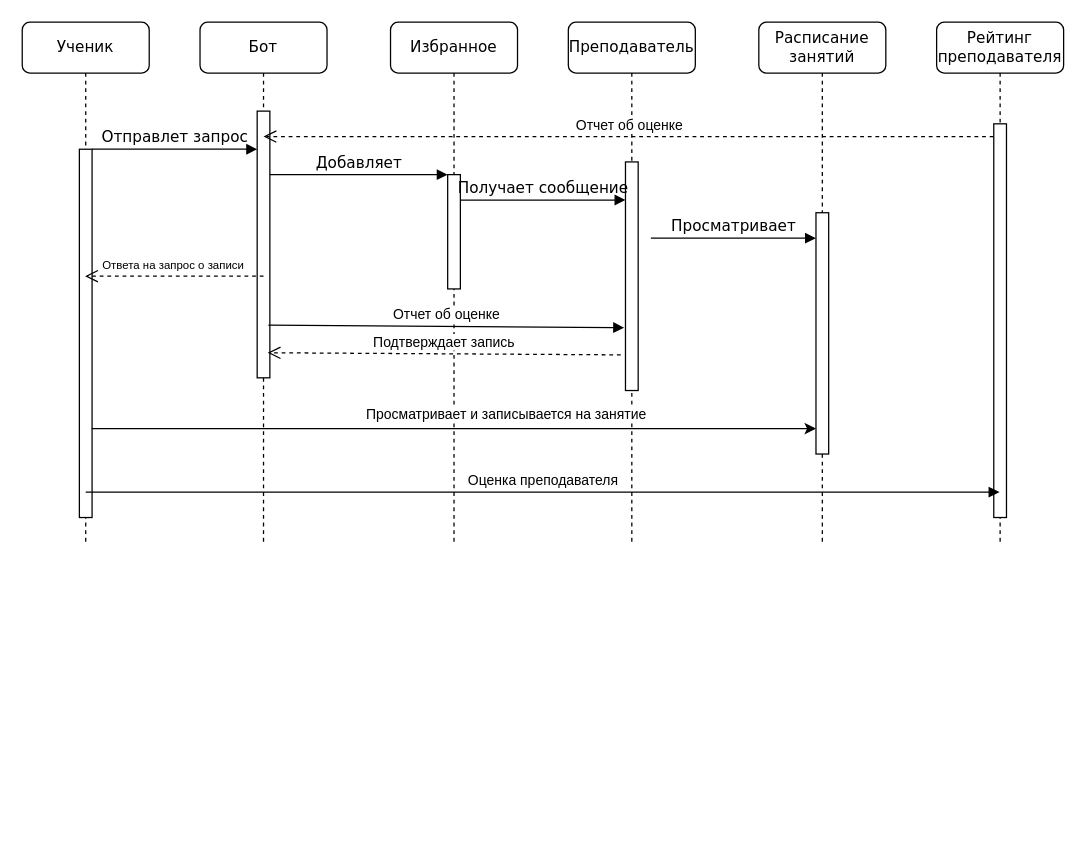
The draw.io diagram interaction_diagrams.drawio in rvoznak/Kursach_BKM, before the edit. Source tidied: cells renumbered, new cells numbered last; positions are measured from the earlier drawing's top-left corner, leaving out a move shared by most shapes. Both pictures are drawn from the tidied source at 127%, with x=0, y=0 at pixel (22, 22).
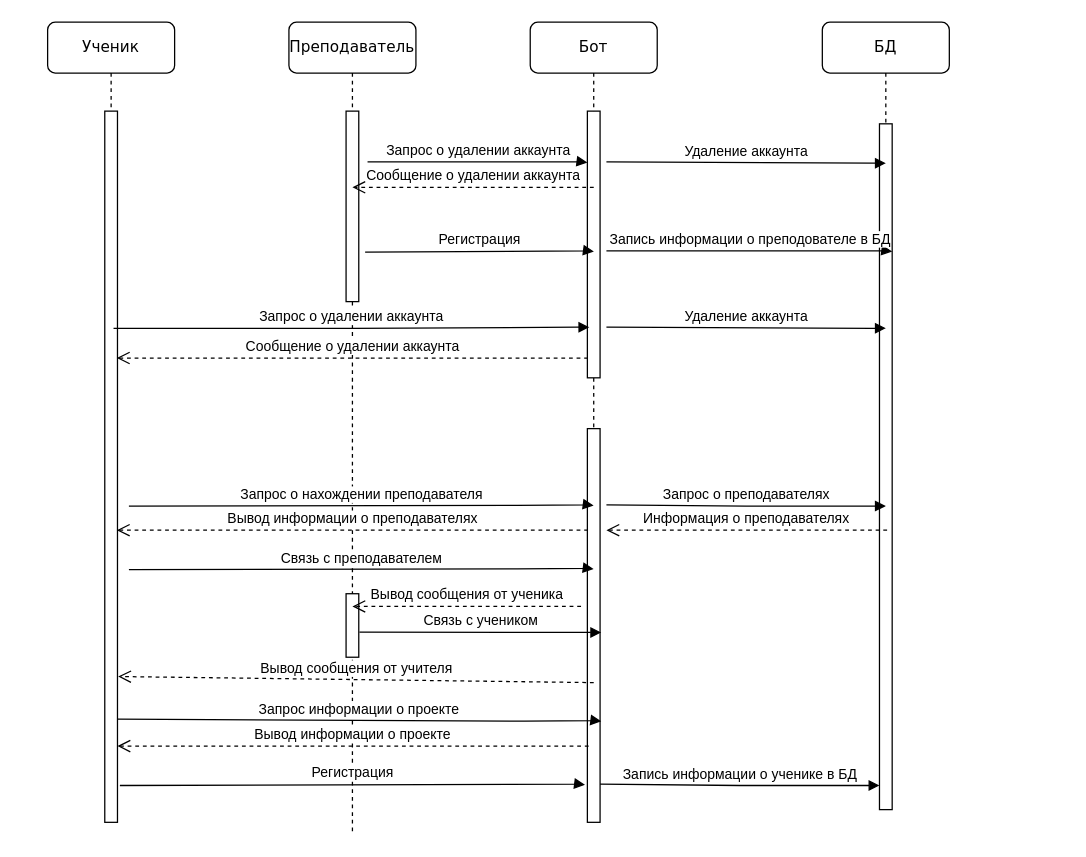
Above is the later version.

Commit message:
Изменение диаграммы последовательности

Unchanged cells that the change refers to:
```xml
<mxCell id="3" style="html=1;points=[];perimeter=orthogonalPerimeter;rounded=0;shadow=0;comic=0;labelBackgroundColor=none;strokeWidth=1;fontFamily=Verdana;fontSize=12;align=center;" parent="2" vertex="1">
  <mxGeometry x="45" y="70" width="10" height="210" as="geometry" />
</mxCell>
```

Diff of the diagram source:
```diff
@@
     <mxCell id="2" value="Бот" style="shape=umlLifeline;perimeter=lifelinePerimeter;whiteSpace=wrap;html=1;rounded=1;shadow=0;comic=0;labelBackgroundColor=none;strokeWidth=1;fontFamily=Verdana;fontSize=12;align=center;" parent="1" vertex="1">
-      <mxGeometry x="140" width="100" height="410" as="geometry" />
+      <mxGeometry x="400" width="100" height="630" as="geometry" />
     </mxCell>
@@
-    <mxCell id="4" value="Избранное" style="shape=umlLifeline;perimeter=lifelinePerimeter;whiteSpace=wrap;html=1;rounded=1;shadow=0;comic=0;labelBackgroundColor=none;strokeWidth=1;fontFamily=Verdana;fontSize=12;align=center;" parent="1" vertex="1">
-      <mxGeometry x="290" width="100" height="410" as="geometry" />
-    </mxCell>
-    <mxCell id="5" style="html=1;points=[];perimeter=orthogonalPerimeter;rounded=0;shadow=0;comic=0;labelBackgroundColor=none;strokeWidth=1;fontFamily=Verdana;fontSize=12;align=center;" parent="4" vertex="1">
-      <mxGeometry x="45" y="120" width="10" height="90" as="geometry" />
-    </mxCell>
+    <mxCell id="26" style="html=1;perimeter=orthogonalPerimeter;rounded=0;shadow=0;comic=0;labelBackgroundColor=none;strokeWidth=1;fontFamily=Verdana;fontSize=12;align=center;" parent="2" vertex="1">
+      <mxGeometry x="45" y="320" width="10" height="310" as="geometry" />
+    </mxCell>
+    <mxCell id="27" value="Запрос о удалении аккаунта" style="html=1;verticalAlign=bottom;endArrow=block;curved=0;rounded=0;entryX=-0.107;entryY=0.725;entryDx=0;entryDy=0;entryPerimeter=0;" parent="2" edge="1">
+      <mxGeometry relative="1" as="geometry">
+        <mxPoint x="-128.1" y="110" as="sourcePoint" />
+        <mxPoint x="45" y="110.5" as="targetPoint" />
+        <Array as="points">
+          <mxPoint x="41.1" y="110" />
+        </Array>
+      </mxGeometry>
+    </mxCell>
     <mxCell id="6" value="Преподаватель" style="shape=umlLifeline;perimeter=lifelinePerimeter;whiteSpace=wrap;html=1;outlineConnect=0;rounded=1;shadow=0;comic=0;labelBackgroundColor=none;strokeWidth=1;fontFamily=Verdana;fontSize=12;align=center;" parent="1" vertex="1">
-      <mxGeometry x="430" width="100" height="410" as="geometry" />
+      <mxGeometry x="210" width="100" height="640" as="geometry" />
     </mxCell>
     <mxCell id="7" style="html=1;points=[];perimeter=orthogonalPerimeter;rounded=0;shadow=0;comic=0;labelBackgroundColor=none;strokeWidth=1;fontFamily=Verdana;fontSize=12;align=center;" parent="6" vertex="1">
-      <mxGeometry x="45" y="110" width="10" height="180" as="geometry" />
+      <mxGeometry x="45" y="70" width="10" height="150" as="geometry" />
     </mxCell>
@@
-    <mxCell id="9" value="Расписание занятий" style="shape=umlLifeline;perimeter=lifelinePerimeter;whiteSpace=wrap;html=1;rounded=1;shadow=0;comic=0;labelBackgroundColor=none;strokeWidth=1;fontFamily=Verdana;fontSize=12;align=center;" parent="1" vertex="1">
-      <mxGeometry x="580" width="100" height="410" as="geometry" />
-    </mxCell>
-    <mxCell id="10" value="Отчет об оценке" style="html=1;verticalAlign=bottom;endArrow=open;dashed=1;endSize=8;curved=0;rounded=0;" parent="9" edge="1">
-      <mxGeometry relative="1" as="geometry">
-        <mxPoint x="184.8" y="90" as="sourcePoint" />
-        <mxPoint x="-390" y="90" as="targetPoint" />
-      </mxGeometry>
-    </mxCell>
-    <mxCell id="11" value="Рейтинг преподавателя" style="shape=umlLifeline;perimeter=lifelinePerimeter;whiteSpace=wrap;html=1;outlineConnect=0;rounded=1;shadow=0;comic=0;labelBackgroundColor=none;strokeWidth=1;fontFamily=Verdana;fontSize=12;align=center;" parent="1" vertex="1">
-      <mxGeometry x="720" width="100" height="410" as="geometry" />
-    </mxCell>
-    <mxCell id="12" style="html=1;perimeter=orthogonalPerimeter;rounded=0;shadow=0;comic=0;labelBackgroundColor=none;strokeWidth=1;fontFamily=Verdana;fontSize=12;align=center;" parent="11" vertex="1">
-      <mxGeometry x="45" y="80" width="10" height="310" as="geometry" />
-    </mxCell>
+    <mxCell id="28" style="html=1;points=[];perimeter=orthogonalPerimeter;rounded=0;shadow=0;comic=0;labelBackgroundColor=none;strokeWidth=1;fontFamily=Verdana;fontSize=12;align=center;" parent="6" vertex="1">
+      <mxGeometry x="45" y="450" width="10" height="50" as="geometry" />
+    </mxCell>
+    <mxCell id="29" value="Вывод сообщения от учителя" style="html=1;verticalAlign=bottom;endArrow=open;dashed=1;endSize=8;curved=0;rounded=0;entryX=1.056;entryY=0.795;entryDx=0;entryDy=0;entryPerimeter=0;" parent="6" edge="1" target="14">
+      <mxGeometry relative="1" as="geometry">
+        <mxPoint x="240" y="520" as="sourcePoint" />
+      </mxGeometry>
+    </mxCell>
     <mxCell id="13" value="Ученик" style="shape=umlLifeline;perimeter=lifelinePerimeter;whiteSpace=wrap;html=1;outlineConnect=0;rounded=1;shadow=0;comic=0;labelBackgroundColor=none;strokeWidth=1;fontFamily=Verdana;fontSize=12;align=center;" parent="1" vertex="1">
-      <mxGeometry width="100" height="410" as="geometry" />
+      <mxGeometry x="20" width="100" height="410" as="geometry" />
     </mxCell>
+    <mxCell id="25" value="Вывод информации о проекте" style="html=1;verticalAlign=bottom;endArrow=open;dashed=1;endSize=8;curved=0;rounded=0;entryX=0.867;entryY=0.78;entryDx=0;entryDy=0;entryPerimeter=0;" parent="1" edge="1">
+      <mxGeometry relative="1" as="geometry">
+        <mxPoint x="446" y="570" as="sourcePoint" />
+        <mxPoint x="75" y="570" as="targetPoint" />
+      </mxGeometry>
+    </mxCell>
-    <mxCell id="14" style="html=1;points=[];perimeter=orthogonalPerimeter;rounded=0;shadow=0;comic=0;labelBackgroundColor=none;strokeWidth=1;fontFamily=Verdana;fontSize=12;align=center;" parent="13" vertex="1">
-      <mxGeometry x="45" y="100" width="10" height="290" as="geometry" />
+    <mxCell id="14" style="html=1;points=[];perimeter=orthogonalPerimeter;rounded=0;shadow=0;comic=0;labelBackgroundColor=none;strokeWidth=1;fontFamily=Verdana;fontSize=12;align=center;" parent="1" vertex="1">
+      <mxGeometry x="65" y="70" width="10" height="560" as="geometry" />
     </mxCell>
-    <mxCell id="15" value="Оценка преподавателя" style="html=1;verticalAlign=bottom;endArrow=block;curved=0;rounded=0;" parent="13" edge="1" target="11">
-      <mxGeometry relative="1" as="geometry">
-        <mxPoint x="50" y="370" as="sourcePoint" />
-      </mxGeometry>
-    </mxCell>
-    <mxCell id="16" value="Получает сообщение" style="html=1;verticalAlign=bottom;endArrow=block;labelBackgroundColor=none;fontFamily=Verdana;fontSize=12;edgeStyle=elbowEdgeStyle;elbow=vertical;" parent="1" edge="1" source="5" target="7">
-      <mxGeometry relative="1" as="geometry">
-        <Array as="points">
-          <mxPoint x="360" y="140" />
-        </Array>
-      </mxGeometry>
-    </mxCell>
-    <mxCell id="17" style="html=1;perimeter=orthogonalPerimeter;rounded=0;shadow=0;comic=0;labelBackgroundColor=none;strokeWidth=1;fontFamily=Verdana;fontSize=12;align=center;" parent="1" vertex="1">
-      <mxGeometry x="625" y="150" width="10" height="190" as="geometry" />
-    </mxCell>
-    <mxCell id="18" value="Просматривает" style="html=1;verticalAlign=bottom;endArrow=block;entryX=0;entryY=0;labelBackgroundColor=none;fontFamily=Verdana;fontSize=12;edgeStyle=elbowEdgeStyle;elbow=vertical;" parent="1" edge="1">
-      <mxGeometry relative="1" as="geometry">
-        <mxPoint x="495" y="170" as="sourcePoint" />
-        <mxPoint x="625" y="170.5" as="targetPoint" />
-      </mxGeometry>
-    </mxCell>
-    <mxCell id="19" value="Отправлет запрос" style="html=1;verticalAlign=bottom;endArrow=block;labelBackgroundColor=none;fontFamily=Verdana;fontSize=12;edgeStyle=elbowEdgeStyle;elbow=vertical;" parent="1" edge="1" source="14">
-      <mxGeometry relative="1" as="geometry">
-        <mxPoint x="185" y="100" as="targetPoint" />
-        <Array as="points">
-          <mxPoint x="120" y="100" />
-        </Array>
-      </mxGeometry>
-    </mxCell>
-    <mxCell id="20" value="Добавляет" style="html=1;verticalAlign=bottom;endArrow=block;entryX=0;entryY=0;labelBackgroundColor=none;fontFamily=Verdana;fontSize=12;edgeStyle=elbowEdgeStyle;elbow=vertical;" parent="1" edge="1" source="3" target="5">
-      <mxGeometry relative="1" as="geometry" />
-    </mxCell>
-    <mxCell id="21" style="endArrow=classic;html=1;rounded=0;entryX=0.027;entryY=0.903;entryDx=0;entryDy=0;entryPerimeter=0;" parent="1" edge="1">
-      <mxGeometry relative="1" as="geometry">
-        <mxPoint x="54.7" y="320" as="sourcePoint" />
-        <mxPoint x="625" y="320" as="targetPoint" />
-      </mxGeometry>
-    </mxCell>
-    <mxCell id="22" value="Просматривает и записывается на занятие" style="edgeLabel;html=1;align=center;verticalAlign=middle;" parent="21" vertex="1">
-      <mxGeometry x="0.13" y="-2" relative="1" as="geometry">
-        <mxPoint x="4" y="-14" as="offset" />
-      </mxGeometry>
-    </mxCell>
-    <mxCell id="23" value="&lt;font style=&quot;font-size: 9px;&quot;&gt;Ответа на запрос о записи&amp;nbsp;&lt;/font&gt;" style="html=1;verticalAlign=bottom;endArrow=open;dashed=1;endSize=8;curved=0;rounded=0;" parent="1" edge="1" target="13">
-      <mxGeometry relative="1" as="geometry">
-        <mxPoint x="190" y="200" as="sourcePoint" />
-      </mxGeometry>
-    </mxCell>
+    <mxCell id="30" value="БД" style="shape=umlLifeline;perimeter=lifelinePerimeter;whiteSpace=wrap;html=1;rounded=1;shadow=0;comic=0;labelBackgroundColor=none;strokeWidth=1;fontFamily=Verdana;fontSize=12;align=center;" parent="1" vertex="1">
+      <mxGeometry x="630" width="100" height="620" as="geometry" />
+    </mxCell>
+    <mxCell id="31" style="html=1;perimeter=orthogonalPerimeter;rounded=0;shadow=0;comic=0;labelBackgroundColor=none;strokeWidth=1;fontFamily=Verdana;fontSize=12;align=center;" parent="30" vertex="1">
+      <mxGeometry x="45" y="80" width="10" height="540" as="geometry" />
+    </mxCell>
+    <mxCell id="32" value="Регистрация" style="html=1;verticalAlign=bottom;endArrow=block;curved=0;rounded=0;entryX=-0.107;entryY=0.725;entryDx=0;entryDy=0;entryPerimeter=0;" parent="1" edge="1">
+      <mxGeometry relative="1" as="geometry">
+        <mxPoint x="76.9" y="601" as="sourcePoint" />
+        <mxPoint x="443.1" y="600.5" as="targetPoint" />
+        <Array as="points">
+          <mxPoint x="439.1" y="600" />
+        </Array>
+      </mxGeometry>
+    </mxCell>
+    <mxCell id="33" value="Регистрация" style="html=1;verticalAlign=bottom;endArrow=block;curved=0;rounded=0;entryX=-0.107;entryY=0.725;entryDx=0;entryDy=0;entryPerimeter=0;" parent="1" edge="1">
+      <mxGeometry relative="1" as="geometry">
+        <mxPoint x="270" y="181" as="sourcePoint" />
+        <mxPoint x="450.1" y="180.5" as="targetPoint" />
+        <Array as="points">
+          <mxPoint x="446.2" y="180" />
+        </Array>
+      </mxGeometry>
+    </mxCell>
+    <mxCell id="34" value="Запись информации о преподователе в БД" style="html=1;verticalAlign=bottom;endArrow=block;curved=0;rounded=0;entryX=-0.107;entryY=0.725;entryDx=0;entryDy=0;entryPerimeter=0;" parent="1" edge="1">
+      <mxGeometry relative="1" as="geometry">
+        <mxPoint x="460" y="180" as="sourcePoint" />
+        <mxPoint x="685" y="180.5" as="targetPoint" />
+        <Array as="points">
+          <mxPoint x="681.1" y="180" />
+        </Array>
+      </mxGeometry>
+    </mxCell>
-    <mxCell id="24" value="Отчет об оценке" style="html=1;verticalAlign=bottom;endArrow=block;curved=0;rounded=0;entryX=-0.107;entryY=0.725;entryDx=0;entryDy=0;entryPerimeter=0;exitX=0.88;exitY=0.802;exitDx=0;exitDy=0;exitPerimeter=0;" parent="1" edge="1" source="3" target="7">
-      <mxGeometry relative="1" as="geometry" />
+    <mxCell id="24" value="Запрос информации о проекте" style="html=1;verticalAlign=bottom;endArrow=block;curved=0;rounded=0;entryX=-0.107;entryY=0.725;entryDx=0;entryDy=0;entryPerimeter=0;exitX=0.997;exitY=0.855;exitDx=0;exitDy=0;exitPerimeter=0;" parent="1" edge="1" source="14">
+      <mxGeometry relative="1" as="geometry">
+        <mxPoint x="455.9" y="550.5" as="targetPoint" />
+        <Array as="points">
+          <mxPoint x="395.8" y="550.4" />
+          <mxPoint x="452" y="550" />
+        </Array>
+      </mxGeometry>
     </mxCell>
-    <mxCell id="25" value="Подтверждает запись" style="html=1;verticalAlign=bottom;endArrow=open;dashed=1;endSize=8;curved=0;rounded=0;entryX=0.827;entryY=0.906;entryDx=0;entryDy=0;entryPerimeter=0;exitX=-0.373;exitY=0.844;exitDx=0;exitDy=0;exitPerimeter=0;" parent="1" edge="1" source="7" target="3">
-      <mxGeometry relative="1" as="geometry" />
-    </mxCell>
+    <mxCell id="35" value="Запрос о удалении аккаунта" style="html=1;verticalAlign=bottom;endArrow=block;curved=0;rounded=0;entryX=0.153;entryY=0.81;entryDx=0;entryDy=0;entryPerimeter=0;" parent="1" edge="1" target="3">
+      <mxGeometry relative="1" as="geometry">
+        <mxPoint x="71.9" y="241" as="sourcePoint" />
+        <Array as="points">
+          <mxPoint x="260" y="241" />
+        </Array>
+      </mxGeometry>
+    </mxCell>
+    <mxCell id="36" value="Удаление аккаунта" style="html=1;verticalAlign=bottom;endArrow=block;curved=0;rounded=0;" parent="1" edge="1">
+      <mxGeometry relative="1" as="geometry">
+        <mxPoint x="460" y="240" as="sourcePoint" />
+        <mxPoint x="680" y="241" as="targetPoint" />
+        <Array as="points">
+          <mxPoint x="670" y="241" />
+        </Array>
+      </mxGeometry>
+    </mxCell>
+    <mxCell id="37" value="Сообщение о удалении аккаунта" style="html=1;verticalAlign=bottom;endArrow=open;dashed=1;endSize=8;curved=0;rounded=0;entryX=0.867;entryY=0.78;entryDx=0;entryDy=0;entryPerimeter=0;" parent="1" edge="1">
+      <mxGeometry relative="1" as="geometry">
+        <mxPoint x="445.5" y="264.4" as="sourcePoint" />
+        <mxPoint x="74.5" y="264.4" as="targetPoint" />
+      </mxGeometry>
+    </mxCell>
+    <mxCell id="38" value="Удаление аккаунта" style="html=1;verticalAlign=bottom;endArrow=block;curved=0;rounded=0;" parent="1" edge="1">
+      <mxGeometry relative="1" as="geometry">
+        <mxPoint x="460" y="110" as="sourcePoint" />
+        <mxPoint x="680" y="111" as="targetPoint" />
+        <Array as="points">
+          <mxPoint x="670" y="111" />
+        </Array>
+      </mxGeometry>
+    </mxCell>
+    <mxCell id="39" value="Сообщение о удалении аккаунта" style="html=1;verticalAlign=bottom;endArrow=open;dashed=1;endSize=8;curved=0;rounded=0;" parent="1" edge="1">
+      <mxGeometry relative="1" as="geometry">
+        <mxPoint x="450" y="130" as="sourcePoint" />
+        <mxPoint x="260" y="130" as="targetPoint" />
+      </mxGeometry>
+    </mxCell>
+    <mxCell id="40" value="Запись информации о ученике в БД" style="html=1;verticalAlign=bottom;endArrow=block;curved=0;rounded=0;" parent="1" edge="1">
+      <mxGeometry relative="1" as="geometry">
+        <mxPoint x="455" y="600" as="sourcePoint" />
+        <mxPoint x="675" y="601" as="targetPoint" />
+        <Array as="points">
+          <mxPoint x="565" y="601" />
+          <mxPoint x="665" y="601" />
+        </Array>
+      </mxGeometry>
+    </mxCell>
+    <mxCell id="41" value="Запрос о нахождении преподавателя" style="html=1;verticalAlign=bottom;endArrow=block;curved=0;rounded=0;entryX=-0.107;entryY=0.725;entryDx=0;entryDy=0;entryPerimeter=0;" parent="1" edge="1">
+      <mxGeometry relative="1" as="geometry">
+        <mxPoint x="84" y="381" as="sourcePoint" />
+        <mxPoint x="449.9" y="380.5" as="targetPoint" />
+        <Array as="points">
+          <mxPoint x="389.8" y="380.4" />
+          <mxPoint x="446" y="380" />
+        </Array>
+      </mxGeometry>
+    </mxCell>
+    <mxCell id="42" value="Запрос о преподавателях" style="html=1;verticalAlign=bottom;endArrow=block;curved=0;rounded=0;" parent="1" edge="1">
+      <mxGeometry relative="1" as="geometry">
+        <mxPoint x="460" y="380" as="sourcePoint" />
+        <mxPoint x="680" y="381" as="targetPoint" />
+        <Array as="points">
+          <mxPoint x="570" y="381" />
+          <mxPoint x="670" y="381" />
+        </Array>
+      </mxGeometry>
+    </mxCell>
+    <mxCell id="43" value="Информация о преподавателях" style="html=1;verticalAlign=bottom;endArrow=open;dashed=1;endSize=8;curved=0;rounded=0;" parent="1" edge="1">
+      <mxGeometry relative="1" as="geometry">
+        <mxPoint x="681" y="400" as="sourcePoint" />
+        <mxPoint x="460" y="400" as="targetPoint" />
+      </mxGeometry>
+    </mxCell>
+    <mxCell id="44" value="Вывод информации о преподавателях" style="html=1;verticalAlign=bottom;endArrow=open;dashed=1;endSize=8;curved=0;rounded=0;entryX=0.867;entryY=0.78;entryDx=0;entryDy=0;entryPerimeter=0;" parent="1" edge="1">
+      <mxGeometry relative="1" as="geometry">
+        <mxPoint x="445.5" y="400" as="sourcePoint" />
+        <mxPoint x="74.5" y="400" as="targetPoint" />
+      </mxGeometry>
+    </mxCell>
+    <mxCell id="45" value="Связь с преподавателем" style="html=1;verticalAlign=bottom;endArrow=block;curved=0;rounded=0;entryX=-0.107;entryY=0.725;entryDx=0;entryDy=0;entryPerimeter=0;" parent="1" edge="1">
+      <mxGeometry relative="1" as="geometry">
+        <mxPoint x="84" y="431" as="sourcePoint" />
+        <mxPoint x="449.9" y="430.5" as="targetPoint" />
+        <Array as="points">
+          <mxPoint x="389.8" y="430.4" />
+          <mxPoint x="446" y="430" />
+        </Array>
+      </mxGeometry>
+    </mxCell>
+    <mxCell id="46" value="Вывод сообщения от ученика" style="html=1;verticalAlign=bottom;endArrow=open;dashed=1;endSize=8;curved=0;rounded=0;" parent="1" edge="1">
+      <mxGeometry relative="1" as="geometry">
+        <mxPoint x="440" y="460" as="sourcePoint" />
+        <mxPoint x="260" y="460" as="targetPoint" />
+      </mxGeometry>
+    </mxCell>
+    <mxCell id="47" value="Связь с учеником" style="html=1;verticalAlign=bottom;endArrow=block;curved=0;rounded=0;entryX=-0.107;entryY=0.725;entryDx=0;entryDy=0;entryPerimeter=0;exitX=1.053;exitY=0.603;exitDx=0;exitDy=0;exitPerimeter=0;" parent="1" edge="1" source="28">
+      <mxGeometry relative="1" as="geometry">
+        <mxPoint x="455.9" y="480.5" as="targetPoint" />
+        <Array as="points">
+          <mxPoint x="395.8" y="480.4" />
+        </Array>
+      </mxGeometry>
+    </mxCell>
```
